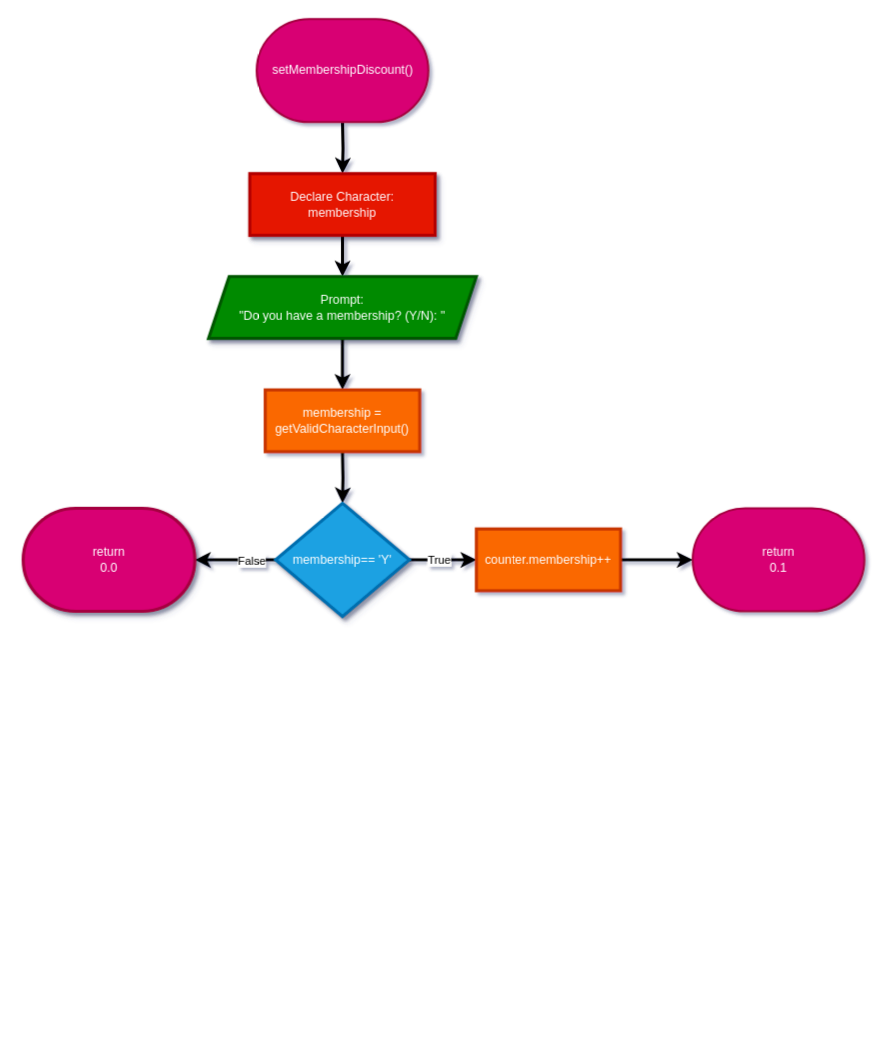
Earlier version of the draw.io diagram Flowcharts (draw.io)/21. setMembershipDiscount.drawio (shahxvi/csc126-group-project). Source tidied: cells renumbered, new cells numbered last; positions are measured from the earlier drawing's top-left corner, leaving out a move shared by most shapes. Both pictures are drawn from the tidied source at 103%, with x=0, y=0 at pixel (23, 19).
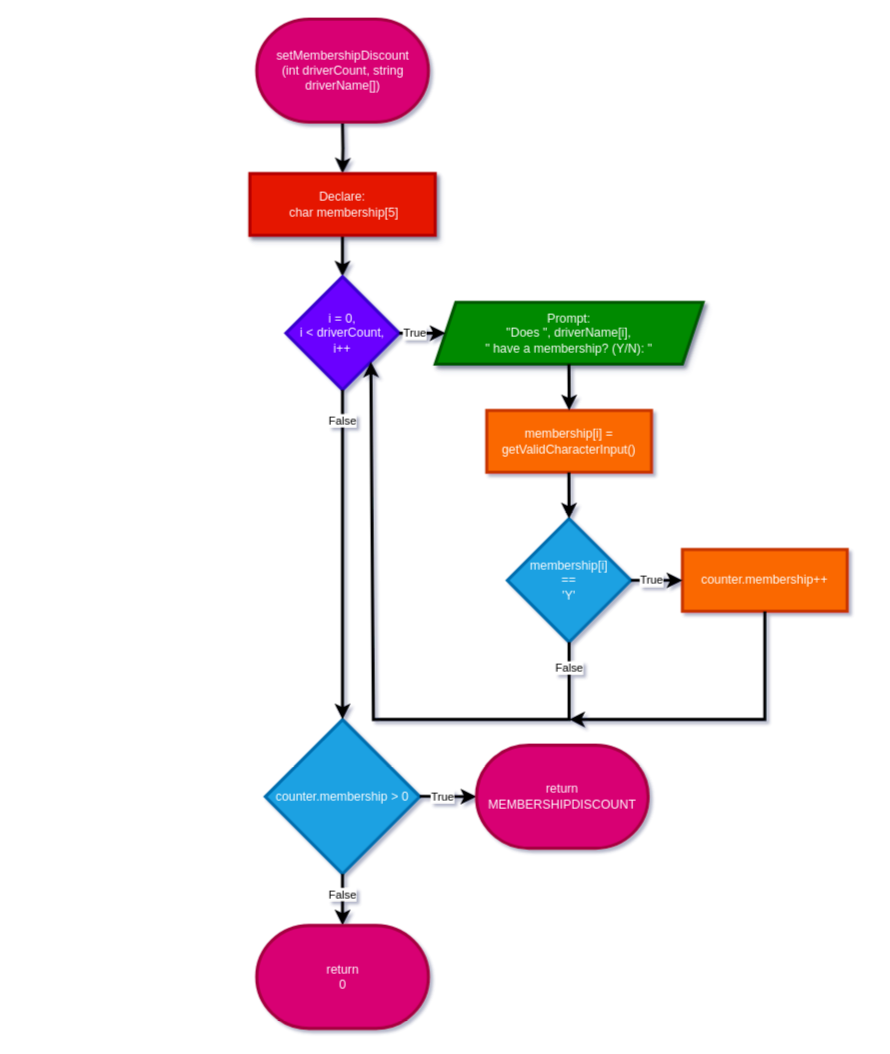
Above is the later version.

Change to the diagram source:
```diff
@@
-    <mxCell id="3" style="edgeStyle=orthogonalEdgeStyle;rounded=0;jettySize=auto;html=1;textShadow=0;strokeWidth=3;" parent="1" edge="1" source="4" target="6">
-      <mxGeometry relative="1" as="geometry" />
+    <mxCell id="3" style="edgeStyle=orthogonalEdgeStyle;rounded=0;jettySize=auto;html=1;textShadow=0;strokeWidth=3;" parent="1" edge="1" source="4">
+      <mxGeometry relative="1" as="geometry">
+        <mxPoint x="310" y="250" as="targetPoint" />
+      </mxGeometry>
     </mxCell>
-    <mxCell id="4" value="Declare Character:&lt;br&gt;membership" style="whiteSpace=wrap;html=1;strokeWidth=3;fillColor=#e51400;fontColor=#ffffff;strokeColor=#B20000;textShadow=0;shadow=1;" parent="1" vertex="1">
+    <mxCell id="4" value="Declare:&lt;br&gt;&amp;nbsp;char membership[5]" style="whiteSpace=wrap;html=1;strokeWidth=3;fillColor=#e51400;fontColor=#ffffff;strokeColor=#B20000;textShadow=0;shadow=1;" parent="1" vertex="1">
       <mxGeometry x="220" y="150" width="180" height="60" as="geometry" />
     </mxCell>
-    <mxCell id="5" style="edgeStyle=orthogonalEdgeStyle;rounded=0;jettySize=auto;html=1;textShadow=0;strokeWidth=3;" parent="1" edge="1" source="6">
-      <mxGeometry relative="1" as="geometry">
-        <mxPoint x="310" y="360" as="targetPoint" />
-      </mxGeometry>
-    </mxCell>
-    <mxCell id="6" value="&lt;font style=&quot;color: rgb(255, 255, 255);&quot;&gt;Prompt:&lt;/font&gt;&lt;div&gt;&lt;font style=&quot;color: rgb(255, 255, 255);&quot;&gt;&quot;Do you have a membership? (Y/N): &quot;&lt;/font&gt;&lt;/div&gt;" style="shape=parallelogram;perimeter=parallelogramPerimeter;whiteSpace=wrap;html=1;fixedSize=1;fillColor=#008a00;strokeColor=#005700;fontColor=#ffffff;strokeWidth=3;textShadow=0;shadow=1;" parent="1" vertex="1">
-      <mxGeometry x="180" y="250" width="260" height="60" as="geometry" />
-    </mxCell>
-    <mxCell id="7" style="edgeStyle=orthogonalEdgeStyle;rounded=0;jettySize=auto;html=1;textShadow=0;strokeWidth=3;" parent="1" edge="1" target="12">
-      <mxGeometry relative="1" as="geometry">
-        <mxPoint x="310" y="420" as="sourcePoint" />
-      </mxGeometry>
-    </mxCell>
-    <mxCell id="8" style="edgeStyle=orthogonalEdgeStyle;rounded=0;jettySize=auto;html=1;textShadow=0;strokeWidth=3;" parent="1" edge="1" source="12">
-      <mxGeometry relative="1" as="geometry">
-        <mxPoint x="440" y="525" as="targetPoint" />
-      </mxGeometry>
-    </mxCell>
-    <mxCell id="9" value="True" style="edgeLabel;html=1;align=center;verticalAlign=middle;textShadow=0;" parent="8" vertex="1">
-      <mxGeometry x="-0.14" y="-1" relative="1" as="geometry">
-        <mxPoint y="-2" as="offset" />
-      </mxGeometry>
-    </mxCell>
-    <mxCell id="10" style="edgeStyle=orthogonalEdgeStyle;rounded=0;jettySize=auto;html=1;textShadow=0;entryX=1;entryY=0.5;entryDx=0;entryDy=0;entryPerimeter=0;strokeWidth=3;" parent="1" edge="1" source="12" target="13">
-      <mxGeometry relative="1" as="geometry" />
-    </mxCell>
-    <mxCell id="11" value="False" style="edgeLabel;html=1;align=center;verticalAlign=middle;textShadow=0;" parent="10" vertex="1">
-      <mxGeometry x="0.11" relative="1" as="geometry">
-        <mxPoint x="19" as="offset" />
-      </mxGeometry>
-    </mxCell>
-    <mxCell id="12" value="membership== 'Y'" style="rhombus;whiteSpace=wrap;html=1;fillColor=#1ba1e2;strokeColor=#006EAF;strokeWidth=3;fontColor=#ffffff;textShadow=0;shadow=1;" parent="1" vertex="1">
-      <mxGeometry x="245" y="470" width="130" height="110" as="geometry" />
-    </mxCell>
-    <mxCell id="13" value="&lt;span style=&quot;color: rgb(255, 255, 255);&quot;&gt;return&lt;br&gt;0.0&lt;/span&gt;" style="strokeWidth=3;html=1;shape=mxgraph.flowchart.terminator;whiteSpace=wrap;fillColor=#d80073;fontColor=#ffffff;strokeColor=#A50040;shadow=1;" parent="1" vertex="1">
-      <mxGeometry y="475" width="166.7" height="100" as="geometry" />
-    </mxCell>
-    <mxCell id="14" value="&lt;font style=&quot;color: rgb(255, 255, 255);&quot;&gt;membership =&lt;br&gt;getValidCharacterInput()&lt;/font&gt;" style="whiteSpace=wrap;html=1;fillColor=#fa6800;fontColor=#000000;strokeColor=#C73500;strokeWidth=3;" parent="1" vertex="1">
-      <mxGeometry x="235" y="360" width="150" height="60" as="geometry" />
-    </mxCell>
+    <mxCell id="17" value="setMembershipDiscount&lt;br&gt;(int driverCount, string driverName[])" style="strokeWidth=3;html=1;shape=mxgraph.flowchart.terminator;whiteSpace=wrap;fillColor=#d80073;fontColor=#ffffff;strokeColor=#A50040;" parent="1" vertex="1">
+      <mxGeometry x="226.7" width="166.7" height="100" as="geometry" />
+    </mxCell>
-    <mxCell id="15" style="edgeStyle=none;html=1;strokeWidth=3;" parent="1" edge="1" source="16" target="18">
-      <mxGeometry relative="1" as="geometry" />
+    <mxCell id="15" value="&lt;font style=&quot;color: rgb(255, 255, 255);&quot;&gt;Prompt:&lt;/font&gt;&lt;div&gt;&lt;font style=&quot;color: rgb(255, 255, 255);&quot;&gt;&quot;Does &quot;, driverName[i], &lt;br&gt;&quot; have a membership? (Y/N): &quot;&lt;/font&gt;&lt;/div&gt;" style="shape=parallelogram;perimeter=parallelogramPerimeter;whiteSpace=wrap;html=1;fixedSize=1;fillColor=#008a00;strokeColor=#005700;fontColor=#ffffff;strokeWidth=3;textShadow=0;shadow=1;" parent="1" vertex="1">
+      <mxGeometry x="400" y="275" width="260" height="60" as="geometry" />
     </mxCell>
+    <mxCell id="19" value="i = 0,&lt;br&gt;i &amp;lt; driverCount,&lt;br&gt;i++" style="rhombus;whiteSpace=wrap;html=1;fillColor=#6a00ff;fontColor=#ffffff;strokeColor=#3700CC;strokeWidth=3;" parent="1" vertex="1">
+      <mxGeometry x="255" y="250" width="110" height="110" as="geometry" />
+    </mxCell>
+    <mxCell id="20" value="&lt;font style=&quot;color: rgb(255, 255, 255);&quot;&gt;membership[i] =&lt;br&gt;getValidCharacterInput()&lt;/font&gt;" style="whiteSpace=wrap;html=1;fillColor=#fa6800;fontColor=#000000;strokeColor=#C73500;strokeWidth=3;" parent="1" vertex="1">
+      <mxGeometry x="450" y="380" width="160" height="60" as="geometry" />
+    </mxCell>
+    <mxCell id="21" value="membership[i]&lt;br&gt;==&lt;br&gt;'Y'" style="rhombus;whiteSpace=wrap;html=1;fillColor=#1ba1e2;fontColor=#ffffff;strokeColor=#006EAF;strokeWidth=3;" parent="1" vertex="1">
+      <mxGeometry x="470" y="485" width="120" height="120" as="geometry" />
+    </mxCell>
     <mxCell id="16" value="&lt;font style=&quot;color: rgb(255, 255, 255);&quot;&gt;counter.membership++&lt;/font&gt;" style="whiteSpace=wrap;html=1;fillColor=#fa6800;fontColor=#000000;strokeColor=#C73500;strokeWidth=3;" parent="1" vertex="1">
-      <mxGeometry x="440" y="495" width="140" height="60" as="geometry" />
+      <mxGeometry x="640" y="515" width="160" height="60" as="geometry" />
     </mxCell>
-    <mxCell id="17" value="setMembershipDiscount()" style="strokeWidth=2;html=1;shape=mxgraph.flowchart.terminator;whiteSpace=wrap;fillColor=#d80073;fontColor=#ffffff;strokeColor=#A50040;" parent="1" vertex="1">
-      <mxGeometry x="226.7" width="166.7" height="100" as="geometry" />
-    </mxCell>
-    <mxCell id="18" value="return&lt;br&gt;0.1" style="strokeWidth=2;html=1;shape=mxgraph.flowchart.terminator;whiteSpace=wrap;fillColor=#d80073;fontColor=#ffffff;strokeColor=#A50040;" parent="1" vertex="1">
-      <mxGeometry x="650" y="475" width="166.7" height="100" as="geometry" />
-    </mxCell>
+    <mxCell id="22" value="counter.membership &amp;gt; 0" style="rhombus;whiteSpace=wrap;html=1;fillColor=#1ba1e2;fontColor=#ffffff;strokeColor=#006EAF;strokeWidth=3;" parent="1" vertex="1">
+      <mxGeometry x="235" y="680" width="150" height="150" as="geometry" />
+    </mxCell>
+    <mxCell id="23" style="rounded=0;jettySize=auto;html=1;textShadow=0;strokeWidth=3;entryX=0.5;entryY=0;entryDx=0;entryDy=0;" parent="1" edge="1" target="20">
+      <mxGeometry relative="1" as="geometry">
+        <mxPoint x="529.8" y="335" as="sourcePoint" />
+        <Array as="points">
+          <mxPoint x="530" y="360" />
+        </Array>
+      </mxGeometry>
+    </mxCell>
+    <mxCell id="24" style="rounded=0;orthogonalLoop=1;jettySize=auto;html=1;textShadow=0;strokeWidth=3;entryX=0.5;entryY=0;entryDx=0;entryDy=0;" parent="1" edge="1">
+      <mxGeometry relative="1" as="geometry">
+        <mxPoint x="529.8" y="440" as="sourcePoint" />
+        <mxPoint x="529.9" y="485" as="targetPoint" />
+        <Array as="points">
+          <mxPoint x="529.9" y="465" />
+        </Array>
+      </mxGeometry>
+    </mxCell>
+    <mxCell id="25" value="True" style="edgeStyle=none;jettySize=auto;html=1;strokeWidth=3;entryX=0;entryY=0.5;entryDx=0;entryDy=0;" parent="1" edge="1" target="16">
+      <mxGeometry x="-0.2" relative="1" as="geometry">
+        <mxPoint x="590" y="544.9" as="sourcePoint" />
+      </mxGeometry>
+    </mxCell>
+    <mxCell id="26" style="edgeStyle=none;jettySize=auto;html=1;exitX=0.5;exitY=1;exitDx=0;exitDy=0;strokeWidth=3;rounded=0;curved=0;endArrow=classic;endFill=1;" parent="1" edge="1" source="16">
+      <mxGeometry relative="1" as="geometry">
+        <mxPoint x="530" y="680" as="targetPoint" />
+        <Array as="points">
+          <mxPoint x="720" y="680" />
+        </Array>
+      </mxGeometry>
+    </mxCell>
+    <mxCell id="27" value="False" style="edgeStyle=none;jettySize=auto;html=1;strokeWidth=3;exitX=0.5;exitY=1;exitDx=0;exitDy=0;entryX=1;entryY=1;entryDx=0;entryDy=0;rounded=0;curved=0;" parent="1" edge="1" source="21" target="19">
+      <mxGeometry x="-0.92" relative="1" as="geometry">
+        <Array as="points">
+          <mxPoint x="530" y="680" />
+          <mxPoint x="340" y="680" />
+        </Array>
+      </mxGeometry>
+    </mxCell>
+    <mxCell id="28" value="False" style="edgeStyle=none;jettySize=auto;html=1;exitX=0.5;exitY=1;exitDx=0;exitDy=0;entryX=0.5;entryY=0;entryDx=0;entryDy=0;strokeWidth=3;" parent="1" edge="1" source="19" target="22">
+      <mxGeometry x="-0.81" relative="1" as="geometry" />
+    </mxCell>
+    <mxCell id="29" value="True" style="edgeStyle=none;jettySize=auto;html=1;strokeWidth=3;exitX=1;exitY=0.5;exitDx=0;exitDy=0;entryX=0;entryY=0.5;entryDx=0;entryDy=0;" parent="1" edge="1" source="19" target="15">
+      <mxGeometry x="-0.33" relative="1" as="geometry" />
+    </mxCell>
+    <mxCell id="30" value="True" style="edgeStyle=none;jettySize=auto;html=1;strokeWidth=3;entryX=0;entryY=0.5;entryDx=0;entryDy=0;entryPerimeter=0;" parent="1" edge="1" target="31">
+      <mxGeometry x="-0.2" relative="1" as="geometry">
+        <mxPoint x="385" y="754.7" as="sourcePoint" />
+      </mxGeometry>
+    </mxCell>
+    <mxCell id="31" value="return&lt;br&gt;MEMBERSHIPDISCOUNT" style="strokeWidth=3;html=1;shape=mxgraph.flowchart.terminator;whiteSpace=wrap;fillColor=#d80073;fontColor=#ffffff;strokeColor=#A50040;" parent="1" vertex="1">
+      <mxGeometry x="440" y="705" width="166.7" height="100" as="geometry" />
+    </mxCell>
+    <mxCell id="32" value="False" style="edgeStyle=none;orthogonalLoop=1;jettySize=auto;html=1;strokeWidth=3;" parent="1" edge="1">
+      <mxGeometry x="-0.2" relative="1" as="geometry">
+        <mxPoint x="310" y="830" as="sourcePoint" />
+        <mxPoint x="310" y="880" as="targetPoint" />
+      </mxGeometry>
+    </mxCell>
+    <mxCell id="33" value="return&lt;br&gt;0" style="strokeWidth=3;html=1;shape=mxgraph.flowchart.terminator;whiteSpace=wrap;fillColor=#d80073;fontColor=#ffffff;strokeColor=#A50040;" parent="1" vertex="1">
+      <mxGeometry x="226.7" y="880" width="166.7" height="100" as="geometry" />
+    </mxCell>
```
